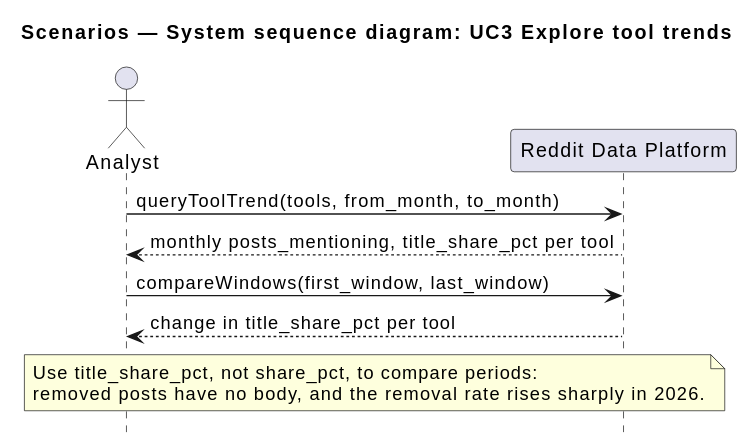
modsomjeed/reddit-dataeng keeps this PlantUML diagram as docs/architecture/diagrams/ssd-explore-trends.svg. Above is the earlier version.
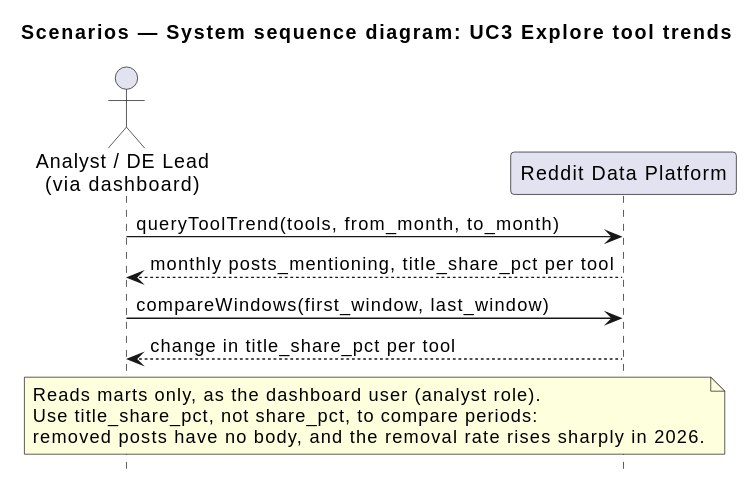
After the change.

The edit, as a diff of the source:
```diff
@@ -3,7 +3,7 @@
 skinparam shadowing false
 hide footbox
 
-actor "Analyst" as analyst
+actor "Analyst / DE Lead\n(via dashboard)" as analyst
 participant "Reddit Data Platform" as system
 
 analyst -> system : queryToolTrend(tools, from_month, to_month)
@@ -13,6 +13,7 @@
 system --> analyst : change in title_share_pct per tool
 
 note over analyst, system
+  Reads marts only, as the dashboard user (analyst role).
   Use title_share_pct, not share_pct, to compare periods:
   removed posts have no body, and the removal rate rises sharply in 2026.
 end note
```
